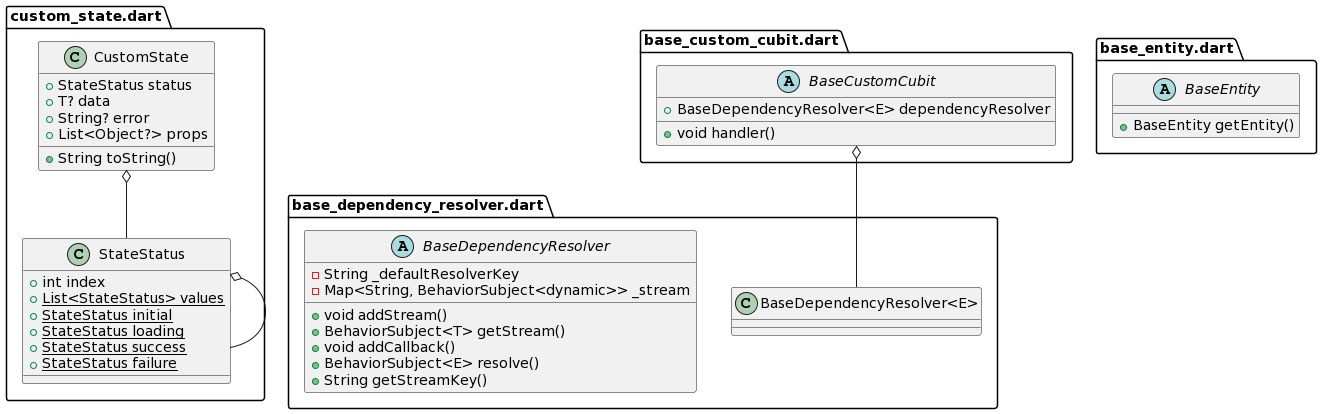
Above: uml_diagram.png in hamed-deriv/flutter_bloc_poc (PlantUML), before the change. Its diagram source:
```plantuml
@startuml
set namespaceSeparator ::

class "custom_state.dart::CustomState" {
  +StateStatus status
  +T? data
  +String? error
  +List<Object?> props
  +String toString()
}

"custom_state.dart::CustomState" o-- "custom_state.dart::StateStatus"

class "custom_state.dart::StateStatus" {
  +int index
  {static} +List<StateStatus> values
  {static} +StateStatus initial
  {static} +StateStatus loading
  {static} +StateStatus success
  {static} +StateStatus failure
}

"custom_state.dart::StateStatus" o-- "custom_state.dart::StateStatus"

abstract class "base_custom_cubit.dart::BaseCustomCubit" {
  +BaseDependencyResolver<E> dependencyResolver
  +void handler()
}

"base_custom_cubit.dart::BaseCustomCubit" o-- "base_dependency_resolver.dart::BaseDependencyResolver<E>"

abstract class "base_dependency_resolver.dart::BaseDependencyResolver" {
  -String _defaultResolverKey
  -Map<String, BehaviorSubject<dynamic>> _stream
  +void addStream()
  +BehaviorSubject<T> getStream()
  +void addCallback()
  +BehaviorSubject<E> resolve()
  +String getStreamKey()
}

abstract class "base_entity.dart::BaseEntity" {
  +BaseEntity getEntity()
}
@enduml
```
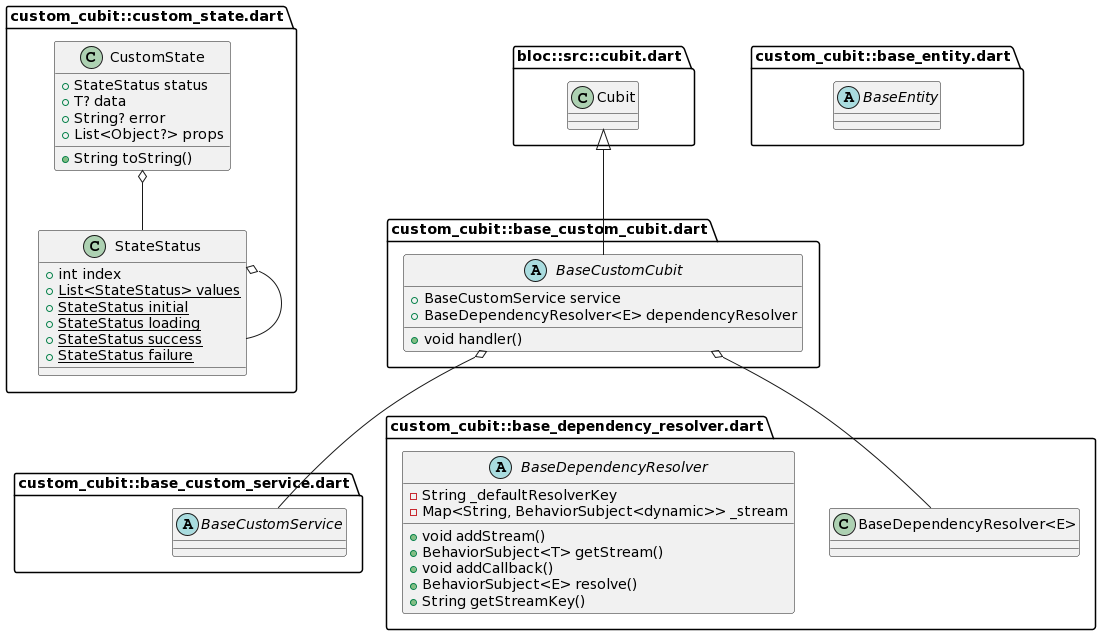
Above is the later version.

Commit message:
update uml diagram

The edit, as a diff of the source:
```diff
@@ -1,7 +1,7 @@
 @startuml
 set namespaceSeparator ::
 
-class "custom_state.dart::CustomState" {
+class "custom_cubit::custom_state.dart::CustomState" {
   +StateStatus status
   +T? data
   +String? error
@@ -9,9 +9,9 @@
   +String toString()
 }
 
-"custom_state.dart::CustomState" o-- "custom_state.dart::StateStatus"
+"custom_cubit::custom_state.dart::CustomState" o-- "custom_cubit::custom_state.dart::StateStatus"
 
-class "custom_state.dart::StateStatus" {
+class "custom_cubit::custom_state.dart::StateStatus" {
   +int index
   {static} +List<StateStatus> values
   {static} +StateStatus initial
@@ -20,16 +20,19 @@
   {static} +StateStatus failure
 }
 
-"custom_state.dart::StateStatus" o-- "custom_state.dart::StateStatus"
+"custom_cubit::custom_state.dart::StateStatus" o-- "custom_cubit::custom_state.dart::StateStatus"
 
-abstract class "base_custom_cubit.dart::BaseCustomCubit" {
+abstract class "custom_cubit::base_custom_cubit.dart::BaseCustomCubit" {
+  +BaseCustomService service
   +BaseDependencyResolver<E> dependencyResolver
   +void handler()
 }
 
-"base_custom_cubit.dart::BaseCustomCubit" o-- "base_dependency_resolver.dart::BaseDependencyResolver<E>"
+"custom_cubit::base_custom_cubit.dart::BaseCustomCubit" o-- "custom_cubit::base_custom_service.dart::BaseCustomService"
+"custom_cubit::base_custom_cubit.dart::BaseCustomCubit" o-- "custom_cubit::base_dependency_resolver.dart::BaseDependencyResolver<E>"
+"bloc::src::cubit.dart::Cubit" <|-- "custom_cubit::base_custom_cubit.dart::BaseCustomCubit"
 
-abstract class "base_dependency_resolver.dart::BaseDependencyResolver" {
+abstract class "custom_cubit::base_dependency_resolver.dart::BaseDependencyResolver" {
   -String _defaultResolverKey
   -Map<String, BehaviorSubject<dynamic>> _stream
   +void addStream()
@@ -39,7 +42,9 @@
   +String getStreamKey()
 }
 
-abstract class "base_entity.dart::BaseEntity" {
-  +BaseEntity getEntity()
+abstract class "custom_cubit::base_custom_service.dart::BaseCustomService" {
+}
+
+abstract class "custom_cubit::base_entity.dart::BaseEntity" {
 }
 @enduml
```
